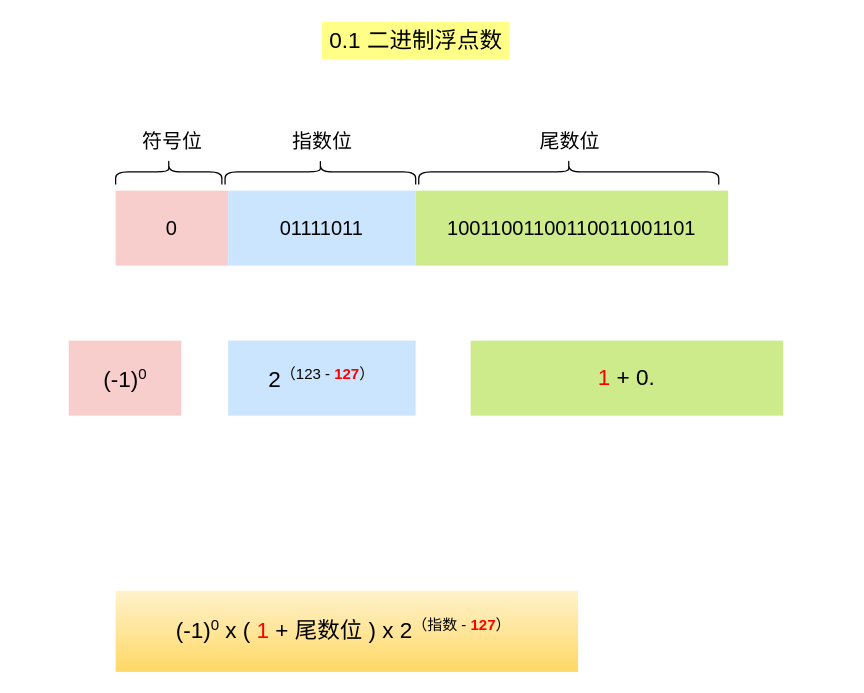
Earlier version of the draw.io diagram 操作系统/浮点/0.1浮点数转二进制小数.drawio (xiaolincoder/ImageHost3). Source tidied: cells renumbered, new cells numbered last; positions are measured from the earlier drawing's top-left corner, leaving out a move shared by most shapes. Both pictures are drawn from the tidied source at 125%, with x=0, y=0 at pixel (68, 21).
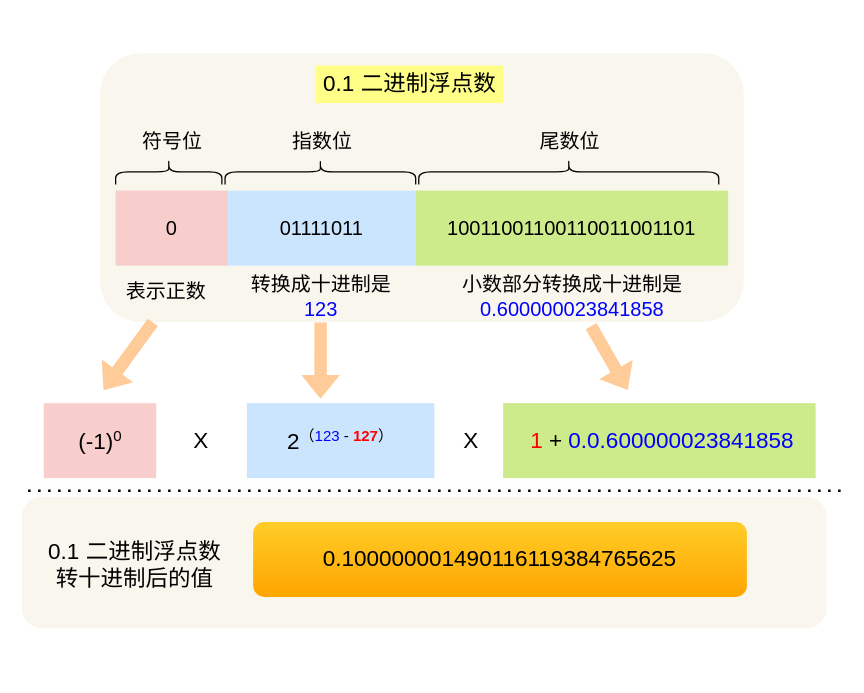
The same page after the edit.

Commit message:
更新0.1浮点数转二进制小数.drawio

Diff of the diagram source:
```diff
@@
+    <mxCell id="16" style="rounded=1;whiteSpace=wrap;html=1;fontSize=18;fillColor=#f9f7ed;strokeColor=none;" parent="1" vertex="1">
+      <mxGeometry x="-37" y="380" width="643.8" height="105" as="geometry" />
+    </mxCell>
+    <mxCell id="17" style="rounded=1;whiteSpace=wrap;html=1;fontSize=18;fillColor=#f9f7ed;strokeColor=none;" parent="1" vertex="1">
+      <mxGeometry x="25.5" y="25" width="515" height="215" as="geometry" />
+    </mxCell>
@@
     <mxCell id="11" value="0.1 二进制浮点数" style="text;html=1;align=center;verticalAlign=middle;fontSize=18;fillColor=#ffff88;" parent="1" vertex="1">
-      <mxGeometry x="203" width="150" height="30" as="geometry" />
+      <mxGeometry x="198" y="35" width="150" height="30" as="geometry" />
     </mxCell>
-    <mxCell id="12" value="&lt;sup&gt;&lt;font&gt;&lt;font&gt;&lt;font size=&quot;4&quot;&gt;(-1)&lt;/font&gt;&lt;sup&gt;&lt;font style=&quot;font-size: 12px&quot;&gt;0&lt;/font&gt;&lt;/sup&gt;&lt;font size=&quot;4&quot;&gt; x ( &lt;font color=&quot;#ff0000&quot;&gt;1&lt;/font&gt; + 尾数位 ) x 2&lt;/font&gt;&lt;sup&gt;&lt;font style=&quot;font-size: 12px&quot;&gt;（指数 - &lt;font color=&quot;#ff0000&quot;&gt;&lt;b&gt;127&lt;/b&gt;&lt;/font&gt;）&lt;/font&gt;&lt;/sup&gt;&lt;sup style=&quot;font-size: 18px&quot;&gt;&amp;nbsp;&lt;/sup&gt;&lt;/font&gt;&lt;br style=&quot;font-size: 18px&quot;&gt;&lt;/font&gt;&lt;/sup&gt;" style="rounded=0;whiteSpace=wrap;html=1;fontSize=18;fillColor=#fff2cc;gradientColor=#ffd966;strokeColor=none;fontStyle=0;" parent="1" vertex="1">
-      <mxGeometry x="38" y="455" width="370" height="65" as="geometry" />
-    </mxCell>
     <mxCell id="13" value="&lt;font size=&quot;4&quot;&gt;(-1)&lt;/font&gt;&lt;sup&gt;&lt;font style=&quot;font-size: 12px&quot;&gt;0&lt;/font&gt;&lt;/sup&gt;" style="rounded=0;whiteSpace=wrap;html=1;fontSize=16;fillColor=#f8cecc;strokeColor=none;" parent="1" vertex="1">
-      <mxGeometry x="0.5" y="255" width="90" height="60" as="geometry" />
+      <mxGeometry x="-19.5" y="305" width="90" height="60" as="geometry" />
     </mxCell>
-    <mxCell id="14" value="&lt;font size=&quot;4&quot;&gt;2&lt;/font&gt;&lt;sup&gt;&lt;font style=&quot;font-size: 12px&quot;&gt;（123 -&amp;nbsp;&lt;font color=&quot;#ff0000&quot;&gt;&lt;b&gt;127&lt;/b&gt;&lt;/font&gt;）&lt;/font&gt;&lt;/sup&gt;" style="rounded=0;whiteSpace=wrap;html=1;fontSize=16;fillColor=#cce5ff;strokeColor=none;" parent="1" vertex="1">
-      <mxGeometry x="128" y="255" width="150" height="60" as="geometry" />
+    <mxCell id="14" value="&lt;font size=&quot;4&quot;&gt;2&lt;/font&gt;&lt;sup&gt;&lt;font style=&quot;font-size: 12px&quot;&gt;（&lt;font color=&quot;#0000ff&quot;&gt;123&lt;/font&gt; -&amp;nbsp;&lt;font color=&quot;#ff0000&quot;&gt;&lt;b&gt;127&lt;/b&gt;&lt;/font&gt;）&lt;/font&gt;&lt;/sup&gt;" style="rounded=0;whiteSpace=wrap;html=1;fontSize=16;fillColor=#cce5ff;strokeColor=none;" parent="1" vertex="1">
+      <mxGeometry x="143" y="305" width="150" height="60" as="geometry" />
     </mxCell>
-    <mxCell id="15" value="&lt;span style=&quot;font-size: large&quot;&gt;&amp;nbsp;&lt;/span&gt;&lt;font color=&quot;#ff0000&quot; style=&quot;font-size: large&quot;&gt;1&lt;/font&gt;&lt;span style=&quot;font-size: large&quot;&gt;&amp;nbsp;+ 0.&amp;nbsp;&lt;/span&gt;" style="rounded=0;whiteSpace=wrap;html=1;fontSize=16;fillColor=#cdeb8b;strokeColor=none;" parent="1" vertex="1">
-      <mxGeometry x="322" y="255" width="250" height="60" as="geometry" />
+    <mxCell id="15" value="&lt;span style=&quot;font-size: 18px&quot;&gt;&amp;nbsp;&lt;/span&gt;&lt;font color=&quot;#ff0000&quot; style=&quot;font-size: 18px&quot;&gt;1&lt;/font&gt;&lt;span style=&quot;font-size: 18px&quot;&gt;&amp;nbsp;+ &lt;font color=&quot;#0000ff&quot;&gt;0.&lt;/font&gt;&lt;/span&gt;&lt;span style=&quot;font-size: 18px&quot;&gt;&lt;font color=&quot;#0000ff&quot;&gt;0.600000023841858&lt;/font&gt;&lt;/span&gt;&lt;span style=&quot;font-size: 18px&quot;&gt;&lt;br style=&quot;font-size: 18px&quot;&gt;&lt;/span&gt;" style="rounded=0;whiteSpace=wrap;html=1;fontSize=18;fillColor=#cdeb8b;strokeColor=none;" parent="1" vertex="1">
+      <mxGeometry x="348" y="305" width="250" height="60" as="geometry" />
     </mxCell>
+    <mxCell id="18" value="表示正数" style="text;html=1;align=center;verticalAlign=middle;fontSize=16;" parent="1" vertex="1">
+      <mxGeometry x="38" y="205" width="80" height="20" as="geometry" />
+    </mxCell>
+    <mxCell id="19" value="转换成十进制是 &lt;br style=&quot;font-size: 16px&quot;&gt;&lt;font color=&quot;#0000ff&quot;&gt;123&lt;/font&gt;" style="text;html=1;align=center;verticalAlign=middle;fontSize=16;" parent="1" vertex="1">
+      <mxGeometry x="136.8" y="200" width="130" height="40" as="geometry" />
+    </mxCell>
+    <mxCell id="20" value="小数部分转换成十进制是&lt;br style=&quot;font-size: 16px&quot;&gt;&lt;font color=&quot;#0000ff&quot;&gt;0.600000023841858&lt;/font&gt;" style="text;html=1;align=center;verticalAlign=middle;fontSize=16;" parent="1" vertex="1">
+      <mxGeometry x="308" y="200" width="190" height="40" as="geometry" />
+    </mxCell>
+    <mxCell id="21" value="X" style="text;html=1;align=center;verticalAlign=middle;fontSize=18;" parent="1" vertex="1">
+      <mxGeometry x="90.5" y="320" width="30" height="30" as="geometry" />
+    </mxCell>
+    <mxCell id="22" value="X" style="text;html=1;align=center;verticalAlign=middle;fontSize=18;" parent="1" vertex="1">
+      <mxGeometry x="306.5" y="320" width="30" height="30" as="geometry" />
+    </mxCell>
+    <mxCell id="23" style="shape=flexArrow;endArrow=classic;html=1;fontSize=18;fillColor=#ffcc99;strokeColor=none;" parent="1" edge="1">
+      <mxGeometry relative="1" as="geometry">
+        <mxPoint x="68" y="240" as="sourcePoint" />
+        <mxPoint x="28" y="295" as="targetPoint" />
+      </mxGeometry>
+    </mxCell>
+    <mxCell id="24" style="shape=flexArrow;endArrow=classic;html=1;fontSize=18;entryX=0.393;entryY=-0.05;entryDx=0;entryDy=0;entryPerimeter=0;fillColor=#ffcc99;strokeColor=none;" parent="1" edge="1" target="14">
+      <mxGeometry relative="1" as="geometry">
+        <mxPoint x="202" y="240" as="sourcePoint" />
+      </mxGeometry>
+    </mxCell>
+    <mxCell id="25" style="shape=flexArrow;endArrow=classic;html=1;fontSize=18;fillColor=#ffcc99;strokeColor=none;" parent="1" edge="1">
+      <mxGeometry relative="1" as="geometry">
+        <mxPoint x="418.1" y="243" as="sourcePoint" />
+        <mxPoint x="448" y="295" as="targetPoint" />
+      </mxGeometry>
+    </mxCell>
+    <mxCell id="26" style="endArrow=none;dashed=1;html=1;dashPattern=1 3;strokeWidth=2;fontSize=18;" parent="1" edge="1">
+      <mxGeometry relative="1" as="geometry">
+        <mxPoint x="-32" y="375" as="sourcePoint" />
+        <mxPoint x="618" y="375" as="targetPoint" />
+      </mxGeometry>
+    </mxCell>
+    <mxCell id="27" value="0.100000001490116119384765625" style="rounded=1;whiteSpace=wrap;html=1;fontSize=18;gradientColor=#ffa500;fillColor=#ffcd28;strokeColor=none;" parent="1" vertex="1">
+      <mxGeometry x="148" y="400" width="395" height="60" as="geometry" />
+    </mxCell>
+    <mxCell id="28" value="0.1 二进制浮点数&lt;br&gt;转十进制后的值" style="text;html=1;align=center;verticalAlign=middle;fontSize=18;" parent="1" vertex="1">
+      <mxGeometry x="-22" y="410" width="150" height="50" as="geometry" />
+    </mxCell>
```
